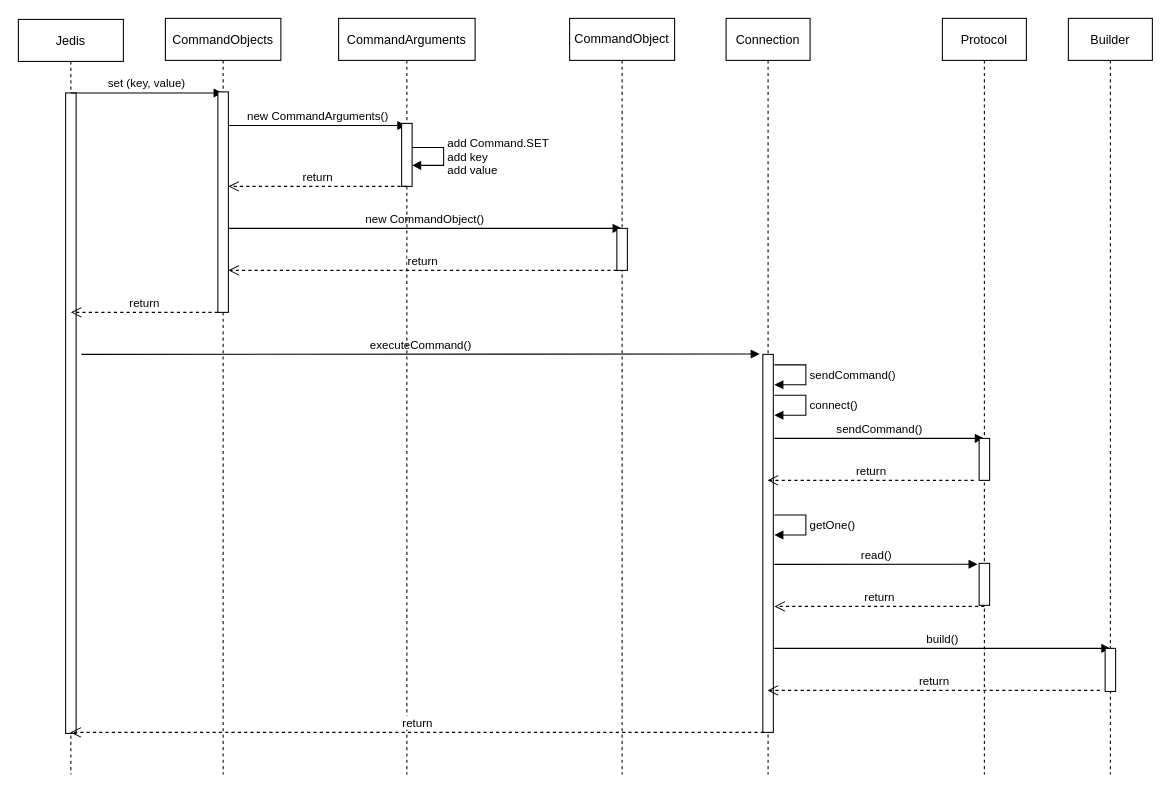
Before: Jedis Sequence Diagram.drawio in caizhaomin001/drawio, a draw.io diagram. Source tidied: cells renumbered, new cells numbered last; positions are measured from the earlier drawing's top-left corner, leaving out a move shared by most shapes. Both pictures are drawn from the tidied source at 105%, with x=0, y=0 at pixel (18, 18).
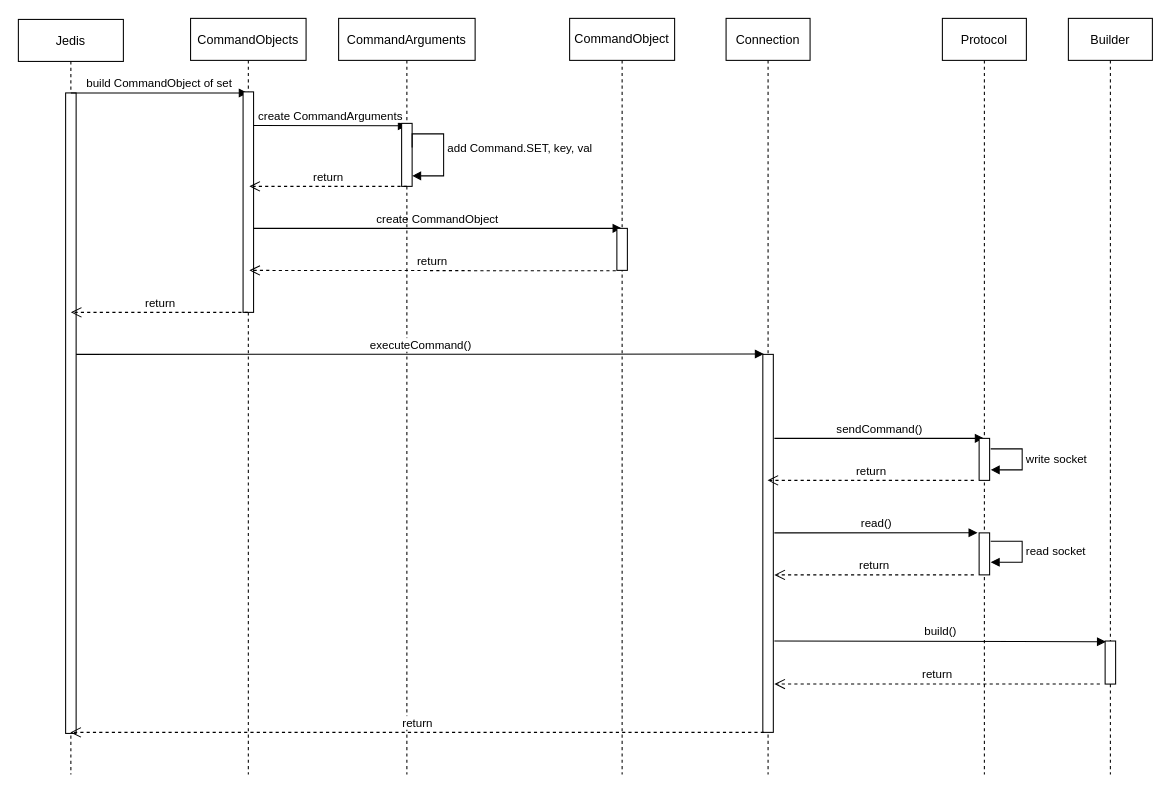
The same diagram, later.

Unchanged cells that the change refers to:
```xml
<mxCell id="2" value="Jedis" style="shape=umlLifeline;perimeter=lifelinePerimeter;rounded=0;shadow=0;strokeWidth=1;" parent="1" vertex="1">
  <mxGeometry y="1" width="100" height="719" as="geometry" />
</mxCell>
<mxCell id="10" value="Connection" style="shape=umlLifeline;perimeter=lifelinePerimeter;rounded=0;shadow=0;strokeWidth=1;" parent="1" vertex="1">
  <mxGeometry x="674" width="80" height="720" as="geometry" />
</mxCell>
<mxCell id="14" value="CommandArguments" style="shape=umlLifeline;perimeter=lifelinePerimeter;rounded=0;shadow=0;strokeWidth=1;" parent="1" vertex="1">
  <mxGeometry x="305" width="130" height="720" as="geometry" />
</mxCell>
<mxCell id="17" value="CommandObject" style="shape=umlLifeline;perimeter=lifelinePerimeter;whiteSpace=wrap;html=1;outlineConnect=0;" parent="1" vertex="1">
  <mxGeometry x="525" width="100" height="720" as="geometry" />
</mxCell>
<mxCell id="18" style="html=1;points=[];perimeter=orthogonalPerimeter;" parent="17" vertex="1">
  <mxGeometry x="45" y="200" width="10" height="40" as="geometry" />
</mxCell>
<mxCell id="24" value="Protocol" style="shape=umlLifeline;perimeter=lifelinePerimeter;rounded=0;shadow=0;strokeWidth=1;" parent="1" vertex="1">
  <mxGeometry x="880" width="80" height="720" as="geometry" />
</mxCell>
```

Diff of the diagram source:
```diff
@@
-    <mxCell id="4" value="set (key, value)" style="html=1;verticalAlign=bottom;endArrow=block;rounded=0;" parent="2" edge="1" target="6">
+    <mxCell id="4" value="build CommandObject of set" style="html=1;verticalAlign=bottom;endArrow=block;rounded=0;" parent="2" edge="1" target="6">
       <mxGeometry relative="1" as="geometry">
         <mxPoint x="50" y="70" as="sourcePoint" />
       </mxGeometry>
     </mxCell>
-    <mxCell id="5" value="executeCommand()" style="html=1;verticalAlign=bottom;endArrow=block;rounded=0;entryX=-0.3;entryY=0.405;entryDx=0;entryDy=0;entryPerimeter=0;" parent="2" edge="1">
-      <mxGeometry relative="1" as="geometry">
-        <mxPoint x="60" y="319" as="sourcePoint" />
-        <mxPoint x="706" y="318.6" as="targetPoint" />
-      </mxGeometry>
-    </mxCell>
     <mxCell id="6" value="CommandObjects" style="shape=umlLifeline;perimeter=lifelinePerimeter;rounded=0;shadow=0;strokeWidth=1;" parent="1" vertex="1">
-      <mxGeometry x="140" width="110" height="720" as="geometry" />
+      <mxGeometry x="164" width="110" height="720" as="geometry" />
     </mxCell>
@@
-    <mxCell id="8" value="new CommandArguments()" style="html=1;verticalAlign=bottom;endArrow=block;rounded=0;" parent="6" edge="1">
+    <mxCell id="8" value="create CommandArguments" style="html=1;verticalAlign=bottom;endArrow=block;rounded=0;entryX=0.5;entryY=0.142;entryDx=0;entryDy=0;entryPerimeter=0;" parent="6" edge="1" target="14">
       <mxGeometry relative="1" as="geometry">
         <mxPoint x="60" y="102" as="sourcePoint" />
-        <mxPoint x="229.5" y="102" as="targetPoint" />
       </mxGeometry>
     </mxCell>
-    <mxCell id="9" value="new CommandObject()" style="html=1;verticalAlign=bottom;endArrow=block;rounded=0;" parent="6" edge="1" target="17">
+    <mxCell id="9" value="create CommandObject" style="html=1;verticalAlign=bottom;endArrow=block;rounded=0;" parent="6" edge="1" target="17">
       <mxGeometry relative="1" as="geometry">
         <mxPoint x="60" y="200" as="sourcePoint" />
       </mxGeometry>
     </mxCell>
@@
-    <mxCell id="13" value="build()" style="html=1;verticalAlign=bottom;endArrow=block;rounded=0;entryX=0.5;entryY=0;entryDx=0;entryDy=0;entryPerimeter=0;" parent="10" edge="1" target="32">
+    <mxCell id="13" value="build()" style="html=1;verticalAlign=bottom;endArrow=block;rounded=0;entryX=0.082;entryY=0.016;entryDx=0;entryDy=0;entryPerimeter=0;" parent="10" edge="1" target="32">
       <mxGeometry relative="1" as="geometry">
-        <mxPoint x="46" y="600" as="sourcePoint" />
+        <mxPoint x="46" y="593" as="sourcePoint" />
       </mxGeometry>
     </mxCell>
@@
-    <mxCell id="16" value="add Command.SET&lt;br&gt;add key&lt;br&gt;add value" style="edgeStyle=orthogonalEdgeStyle;html=1;align=left;spacingLeft=2;endArrow=block;rounded=0;" parent="14" edge="1">
+    <mxCell id="16" value="add Command.SET, key, val" style="edgeStyle=orthogonalEdgeStyle;html=1;align=left;spacingLeft=2;endArrow=block;rounded=0;verticalAlign=middle;" parent="14" edge="1">
       <mxGeometry relative="1" as="geometry">
         <mxPoint x="70" y="123" as="sourcePoint" />
-        <mxPoint x="70" y="140" as="targetPoint" />
+        <mxPoint x="70" y="150" as="targetPoint" />
         <Array as="points">
-          <mxPoint x="100" y="123" />
+          <mxPoint x="70" y="110" />
+          <mxPoint x="100" y="110" />
+          <mxPoint x="100" y="150" />
         </Array>
       </mxGeometry>
     </mxCell>
+    <mxCell id="21" value="return" style="html=1;verticalAlign=bottom;endArrow=open;dashed=1;endSize=8;rounded=0;exitX=-0.1;exitY=1.011;exitDx=0;exitDy=0;exitPerimeter=0;" parent="14" edge="1" source="18">
+      <mxGeometry relative="1" as="geometry">
+        <mxPoint x="-85" y="240" as="targetPoint" />
+      </mxGeometry>
+    </mxCell>
@@
-    <mxCell id="19" value="sendCommand()" style="edgeStyle=orthogonalEdgeStyle;html=1;align=left;spacingLeft=2;endArrow=block;rounded=0;" parent="17" edge="1">
-      <mxGeometry relative="1" as="geometry">
-        <mxPoint x="195" y="330" as="sourcePoint" />
-        <mxPoint x="195" y="349" as="targetPoint" />
-        <Array as="points">
-          <mxPoint x="225" y="330" />
-          <mxPoint x="225" y="349" />
-        </Array>
-      </mxGeometry>
-    </mxCell>
     <mxCell id="20" value="return" style="html=1;verticalAlign=bottom;endArrow=open;dashed=1;endSize=8;rounded=0;" parent="1" edge="1">
       <mxGeometry relative="1" as="geometry">
         <mxPoint x="370" y="160" as="sourcePoint" />
-        <mxPoint x="200" y="160" as="targetPoint" />
+        <mxPoint x="220" y="160" as="targetPoint" />
       </mxGeometry>
     </mxCell>
-    <mxCell id="21" value="return" style="html=1;verticalAlign=bottom;endArrow=open;dashed=1;endSize=8;rounded=0;" parent="1" edge="1">
-      <mxGeometry relative="1" as="geometry">
-        <mxPoint x="570" y="240" as="sourcePoint" />
-        <mxPoint x="200" y="240" as="targetPoint" />
-      </mxGeometry>
-    </mxCell>
-    <mxCell id="22" value="return" style="html=1;verticalAlign=bottom;endArrow=open;dashed=1;endSize=8;rounded=0;" parent="1" edge="1">
+    <mxCell id="22" value="return" style="html=1;verticalAlign=bottom;endArrow=open;dashed=1;endSize=8;rounded=0;" parent="1" edge="1" source="6">
       <mxGeometry relative="1" as="geometry">
-        <mxPoint x="190" y="280" as="sourcePoint" />
         <mxPoint x="50" y="280" as="targetPoint" />
       </mxGeometry>
     </mxCell>
-    <mxCell id="23" value="connect()" style="edgeStyle=orthogonalEdgeStyle;html=1;align=left;spacingLeft=2;endArrow=block;rounded=0;" parent="1" edge="1">
-      <mxGeometry relative="1" as="geometry">
-        <mxPoint x="720" y="359" as="sourcePoint" />
-        <mxPoint x="720" y="378" as="targetPoint" />
-        <Array as="points">
-          <mxPoint x="750" y="359" />
-          <mxPoint x="750" y="378" />
-        </Array>
-      </mxGeometry>
-    </mxCell>
@@
     <mxCell id="26" style="perimeter=orthogonalPerimeter;rounded=0;shadow=0;strokeWidth=1;" parent="24" vertex="1">
-      <mxGeometry x="35" y="519" width="10" height="40" as="geometry" />
+      <mxGeometry x="35" y="490" width="10" height="40" as="geometry" />
     </mxCell>
+    <mxCell id="23" value="write socket" style="edgeStyle=orthogonalEdgeStyle;html=1;align=left;spacingLeft=2;endArrow=block;rounded=0;" parent="24" edge="1">
+      <mxGeometry relative="1" as="geometry">
+        <mxPoint x="46" y="410" as="sourcePoint" />
+        <mxPoint x="46" y="430" as="targetPoint" />
+        <Array as="points">
+          <mxPoint x="76" y="410" />
+          <mxPoint x="76" y="430" />
+          <mxPoint x="46" y="430" />
+        </Array>
+      </mxGeometry>
+    </mxCell>
@@
-    <mxCell id="29" value="getOne()" style="edgeStyle=orthogonalEdgeStyle;html=1;align=left;spacingLeft=2;endArrow=block;rounded=0;" parent="1" edge="1">
-      <mxGeometry relative="1" as="geometry">
-        <mxPoint x="720" y="473" as="sourcePoint" />
-        <mxPoint x="720" y="492" as="targetPoint" />
-        <Array as="points">
-          <mxPoint x="750" y="473" />
-          <mxPoint x="750" y="492" />
-        </Array>
-      </mxGeometry>
-    </mxCell>
     <mxCell id="30" value="return" style="html=1;verticalAlign=bottom;endArrow=open;dashed=1;endSize=8;rounded=0;startArrow=none;" parent="1" edge="1">
       <mxGeometry relative="1" as="geometry">
-        <mxPoint x="920" y="560" as="sourcePoint" />
-        <mxPoint x="720" y="560" as="targetPoint" />
+        <mxPoint x="910" y="530" as="sourcePoint" />
+        <mxPoint x="720" y="530" as="targetPoint" />
       </mxGeometry>
     </mxCell>
-    <mxCell id="31" value="read()" style="html=1;verticalAlign=bottom;endArrow=block;rounded=0;entryX=0.419;entryY=0.722;entryDx=0;entryDy=0;entryPerimeter=0;" parent="1" edge="1" target="24">
+    <mxCell id="31" value="read()" style="html=1;verticalAlign=bottom;endArrow=block;rounded=0;entryX=0.419;entryY=0.722;entryDx=0;entryDy=0;entryPerimeter=0;" parent="1" edge="1">
       <mxGeometry relative="1" as="geometry">
-        <mxPoint x="720" y="520" as="sourcePoint" />
+        <mxPoint x="720" y="490" as="sourcePoint" />
+        <mxPoint x="913.5" y="489.8" as="targetPoint" />
       </mxGeometry>
     </mxCell>
     <mxCell id="32" style="points=[];perimeter=orthogonalPerimeter;rounded=0;shadow=0;strokeWidth=1;" parent="1" vertex="1">
-      <mxGeometry x="1035" y="600" width="10" height="41" as="geometry" />
+      <mxGeometry x="1035" y="593" width="10" height="41" as="geometry" />
     </mxCell>
-    <mxCell id="33" value="return" style="html=1;verticalAlign=bottom;endArrow=open;dashed=1;endSize=8;rounded=0;" parent="1" edge="1" target="10">
+    <mxCell id="33" value="return" style="html=1;verticalAlign=bottom;endArrow=open;dashed=1;endSize=8;rounded=0;" parent="1" edge="1">
       <mxGeometry relative="1" as="geometry">
-        <mxPoint x="1030" y="640" as="sourcePoint" />
+        <mxPoint x="1030" y="634" as="sourcePoint" />
+        <mxPoint x="720" y="634" as="targetPoint" />
       </mxGeometry>
     </mxCell>
@@
+    <mxCell id="5" value="executeCommand()" style="html=1;verticalAlign=bottom;endArrow=block;rounded=0;entryX=0.45;entryY=0.444;entryDx=0;entryDy=0;entryPerimeter=0;" parent="1" edge="1" target="10">
+      <mxGeometry relative="1" as="geometry">
+        <mxPoint x="55" y="320" as="sourcePoint" />
+      </mxGeometry>
+    </mxCell>
+    <mxCell id="35" value="read socket" style="edgeStyle=orthogonalEdgeStyle;html=1;align=left;spacingLeft=2;endArrow=block;rounded=0;" parent="1" edge="1">
+      <mxGeometry relative="1" as="geometry">
+        <mxPoint x="926" y="498" as="sourcePoint" />
+        <mxPoint x="926" y="518" as="targetPoint" />
+        <Array as="points">
+          <mxPoint x="956" y="498" />
+          <mxPoint x="956" y="518" />
+          <mxPoint x="926" y="518" />
+        </Array>
+      </mxGeometry>
+    </mxCell>
```
